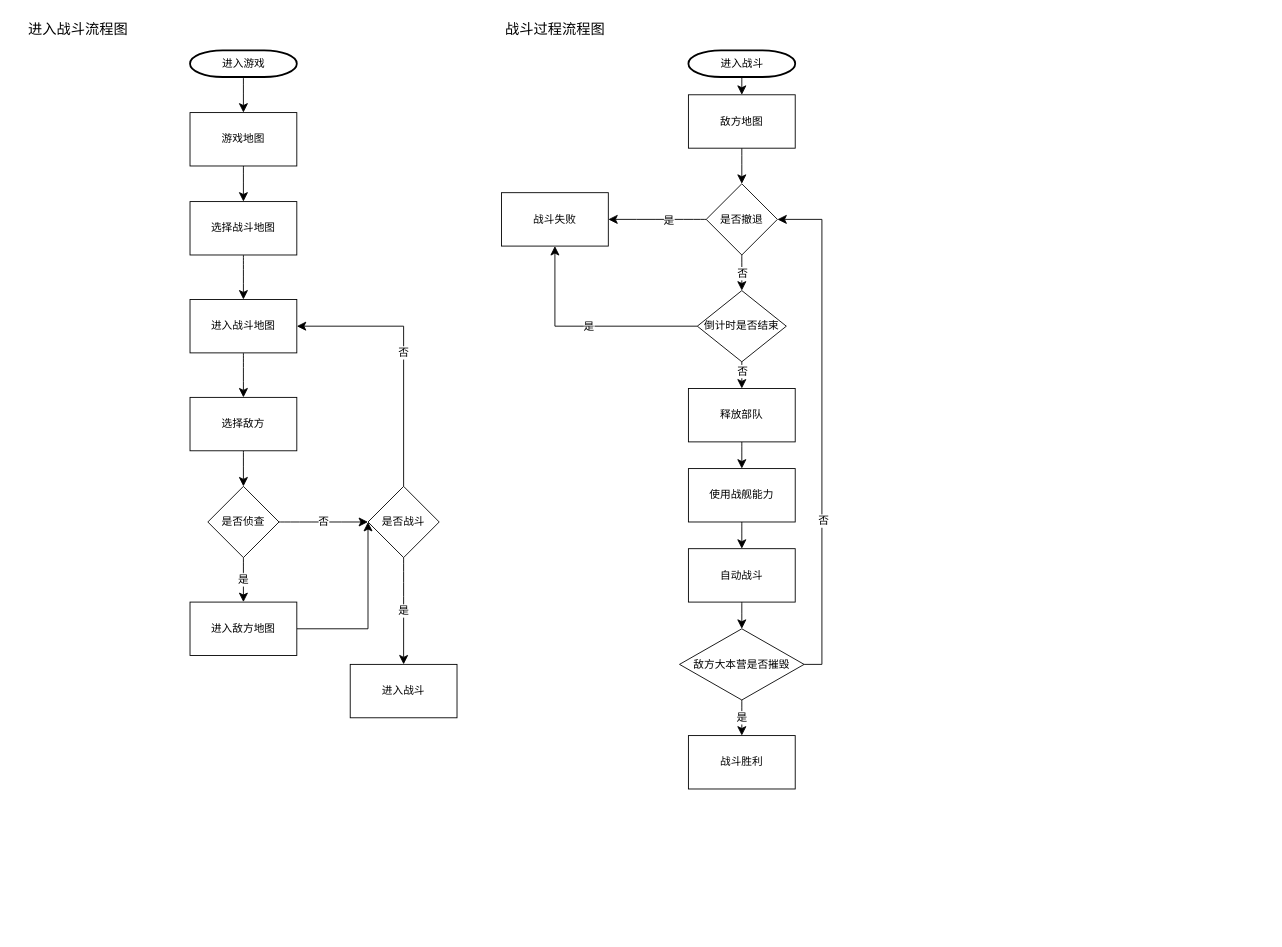
The draw.io diagram 流程图.drawio in MY-EDOG/MyRepository, before the edit. Source tidied: cells renumbered, new cells numbered last; positions are measured from the earlier drawing's top-left corner, leaving out a move shared by most shapes. Both pictures are drawn from the tidied source at 89%, with x=0, y=0 at pixel (15, 15).
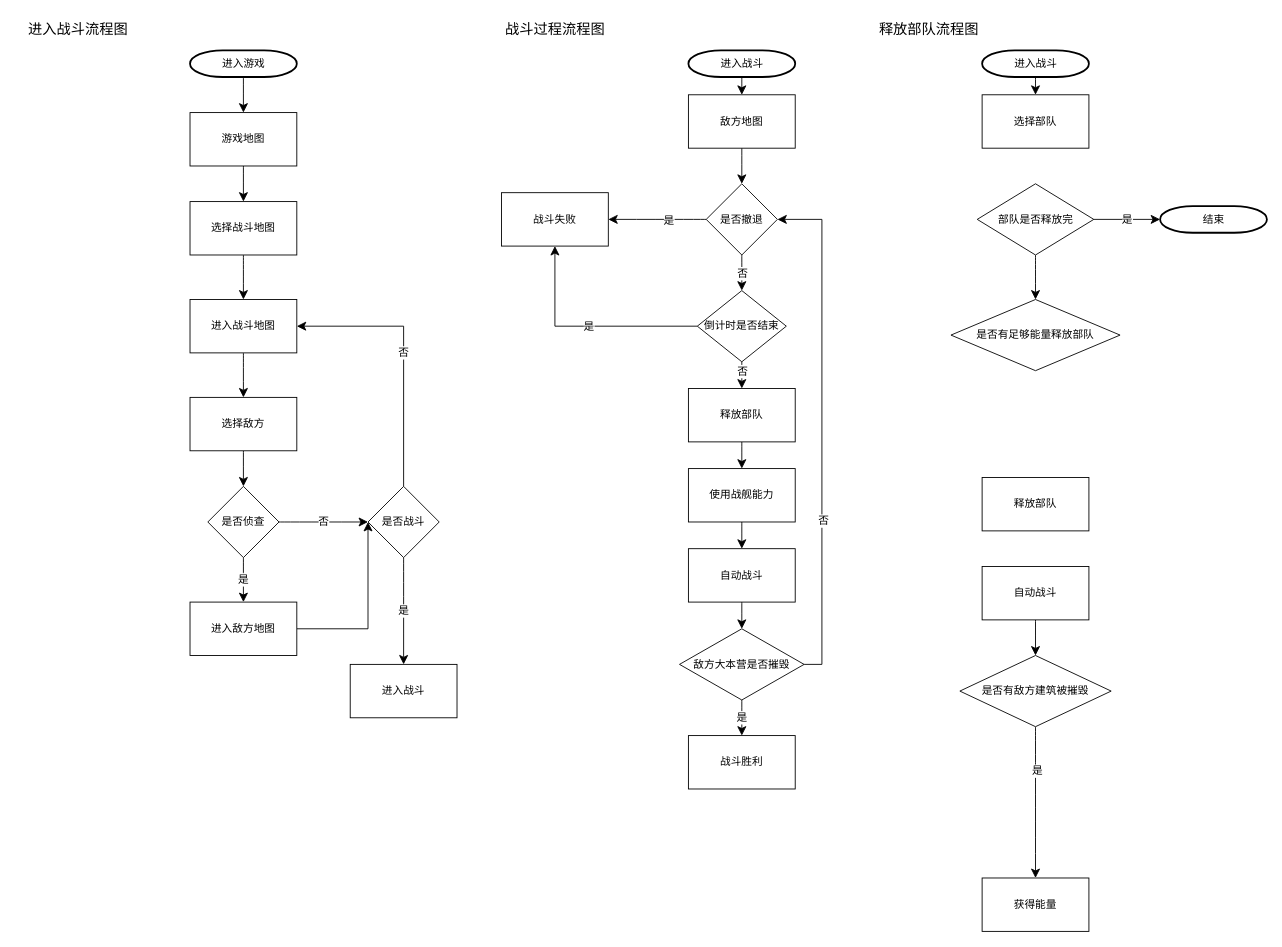
After the change.

Commit message:
更新流程图.drawio

Diff of the diagram source:
```diff
@@
+    <mxCell id="49" value="释放部队流程图" style="text;html=1;align=center;verticalAlign=middle;strokeColor=none;fillColor=none;fontSize=16;" parent="1" vertex="1">
+      <mxGeometry x="956" width="140" height="30" as="geometry" />
+    </mxCell>
+    <mxCell id="50" style="edgeStyle=none;curved=1;rounded=0;jettySize=auto;html=1;entryX=0.5;entryY=0;entryDx=0;entryDy=0;fontSize=12;startSize=8;endSize=8;" parent="1" edge="1" source="51" target="52">
+      <mxGeometry relative="1" as="geometry" />
+    </mxCell>
+    <mxCell id="51" value="进入战斗" style="shape=mxgraph.flowchart.terminator;strokeWidth=2;gradientColor=none;gradientDirection=north;fontStyle=0;html=1;" parent="1" vertex="1">
+      <mxGeometry x="1086" y="39" width="120" height="30" as="geometry" />
+    </mxCell>
+    <mxCell id="52" value="选择部队" style="whiteSpace=wrap;html=1;" parent="1" vertex="1">
+      <mxGeometry x="1086" y="89" width="120" height="60" as="geometry" />
+    </mxCell>
+    <mxCell id="53" value="是否有足够能量释放部队" style="rhombus;whiteSpace=wrap;html=1;" parent="1" vertex="1">
+      <mxGeometry x="1051" y="319" width="190" height="80" as="geometry" />
+    </mxCell>
+    <mxCell id="54" value="释放部队" style="whiteSpace=wrap;html=1;" parent="1" vertex="1">
+      <mxGeometry x="1086" y="519" width="120" height="60" as="geometry" />
+    </mxCell>
+    <mxCell id="55" style="edgeStyle=none;curved=1;rounded=0;jettySize=auto;html=1;entryX=0.5;entryY=0;entryDx=0;entryDy=0;fontSize=12;startSize=8;endSize=8;" parent="1" edge="1" source="56" target="59">
+      <mxGeometry relative="1" as="geometry" />
+    </mxCell>
+    <mxCell id="56" value="自动战斗" style="whiteSpace=wrap;html=1;" parent="1" vertex="1">
+      <mxGeometry x="1086" y="619" width="120" height="60" as="geometry" />
+    </mxCell>
+    <mxCell id="57" style="edgeStyle=none;curved=1;rounded=0;jettySize=auto;html=1;entryX=0.5;entryY=0;entryDx=0;entryDy=0;fontSize=12;startSize=8;endSize=8;" parent="1" edge="1" source="59" target="60">
+      <mxGeometry relative="1" as="geometry" />
+    </mxCell>
+    <mxCell id="58" value="是" style="edgeLabel;html=1;align=center;verticalAlign=middle;fontSize=12;" parent="57" vertex="1">
+      <mxGeometry x="-0.42" y="1" relative="1" as="geometry" />
+    </mxCell>
+    <mxCell id="59" value="是否有敌方建筑被摧毁" style="rhombus;whiteSpace=wrap;html=1;" parent="1" vertex="1">
+      <mxGeometry x="1061" y="719" width="170" height="80" as="geometry" />
+    </mxCell>
+    <mxCell id="60" value="获得能量" style="whiteSpace=wrap;html=1;" parent="1" vertex="1">
+      <mxGeometry x="1086" y="969" width="120" height="60" as="geometry" />
+    </mxCell>
+    <mxCell id="61" style="edgeStyle=none;curved=1;rounded=0;jettySize=auto;html=1;entryX=0.5;entryY=0;entryDx=0;entryDy=0;fontSize=12;startSize=8;endSize=8;" parent="1" edge="1" source="62" target="53">
+      <mxGeometry relative="1" as="geometry" />
+    </mxCell>
+    <mxCell id="62" value="部队是否释放完" style="rhombus;whiteSpace=wrap;html=1;" parent="1" vertex="1">
+      <mxGeometry x="1080.5" y="189" width="131" height="80" as="geometry" />
+    </mxCell>
+    <mxCell id="63" value="结束" style="shape=mxgraph.flowchart.terminator;strokeWidth=2;gradientColor=none;gradientDirection=north;fontStyle=0;html=1;" parent="1" vertex="1">
+      <mxGeometry x="1286" y="214" width="120" height="30" as="geometry" />
+    </mxCell>
+    <mxCell id="64" value="是" style="edgeStyle=none;curved=1;rounded=0;jettySize=auto;html=1;entryX=0;entryY=0.5;entryDx=0;entryDy=0;entryPerimeter=0;fontSize=12;startSize=8;endSize=8;" parent="1" edge="1" source="62" target="63">
+      <mxGeometry relative="1" as="geometry">
+        <Array as="points">
+          <mxPoint x="1246" y="229" />
+        </Array>
+      </mxGeometry>
+    </mxCell>
```
